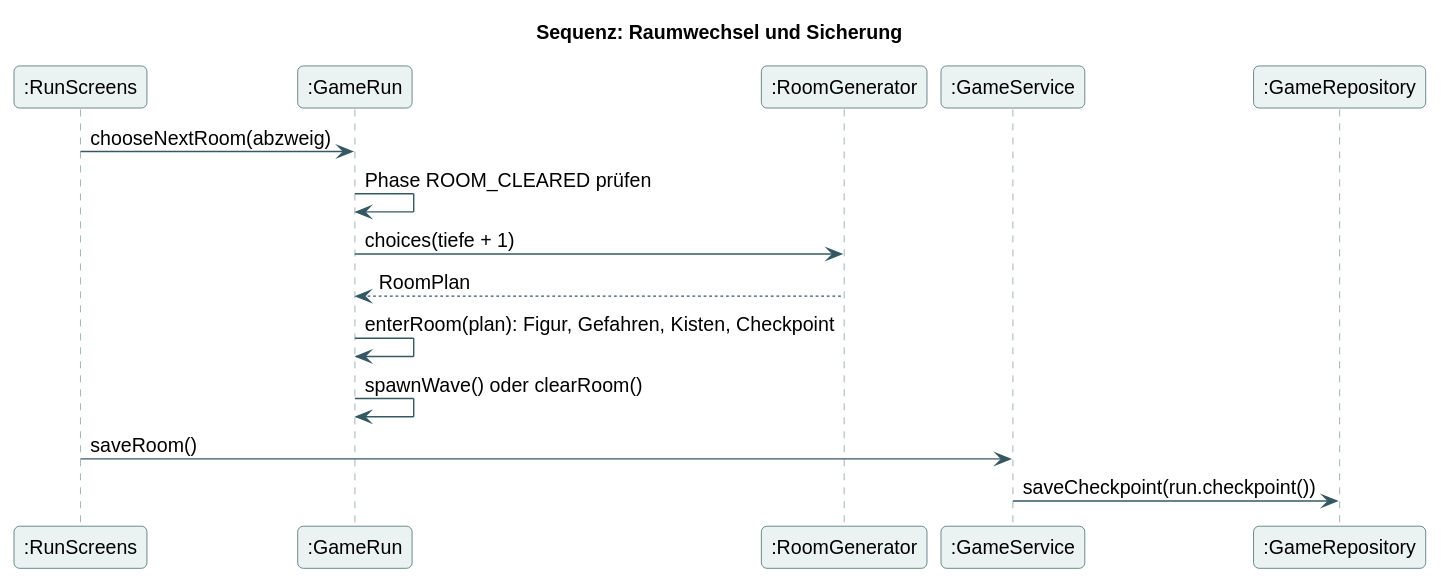
This is docs/diagrams/09-room-sequence.svg from bassdav2/abyss, a PlantUML export, as it was before one commit. The source it was exported from:
```plantuml
@startuml
skinparam backgroundColor #FFFFFF
skinparam defaultFontName Arial
skinparam defaultFontSize 14
skinparam shadowing false
skinparam roundcorner 8
skinparam ArrowColor #355863
skinparam classBackgroundColor #EAF3F2
skinparam classBorderColor #355863
skinparam participantBackgroundColor #EAF3F2
skinparam participantBorderColor #355863
skinparam sequenceLifeLineBorderColor #7A979C
skinparam noteBackgroundColor #FFF2DA
skinparam noteBorderColor #D8AA64
skinparam packageBackgroundColor #F5F8F7
skinparam packageBorderColor #6E8B91
skinparam stateBackgroundColor #EAF3F2
skinparam stateBorderColor #355863
hide empty members
title Sequenz: Raumwechsel und Sicherung
participant ":RunScreens" as U
participant ":GameRun" as R
participant ":RoomGenerator" as G
participant ":GameService" as S
participant ":GameRepository" as Repo
U -> R : chooseNextRoom(abzweig)
R -> R : Phase ROOM_CLEARED prüfen
R -> G : choices(tiefe + 1)
G --> R : RoomPlan
R -> R : enterRoom(plan): Figur, Gefahren, Kisten, Checkpoint
R -> R : spawnWave() oder clearRoom()
U -> S : saveRoom()
S -> Repo : saveCheckpoint(run.checkpoint())
@enduml
```
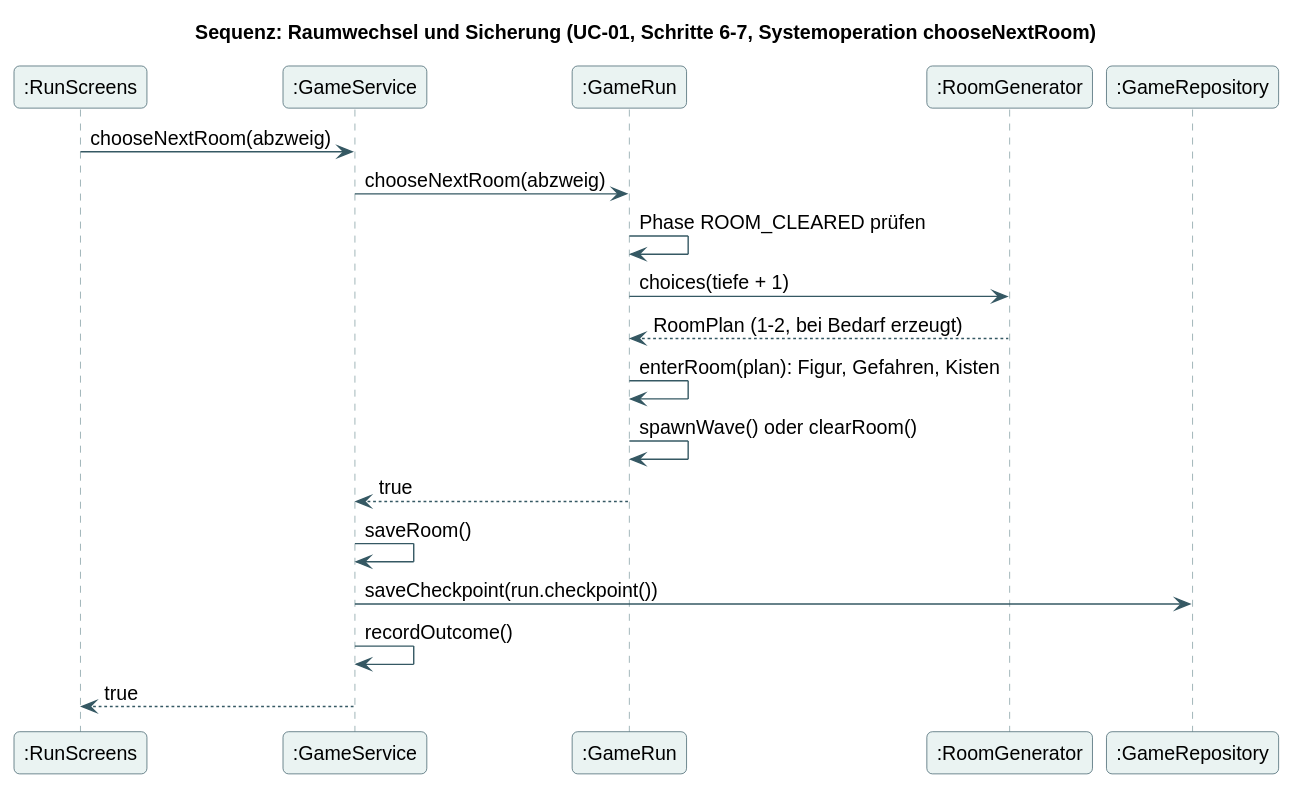
Later version of the same file.

What changed in the source:
```diff
@@ -17,18 +17,22 @@
 skinparam stateBackgroundColor #EAF3F2
 skinparam stateBorderColor #355863
 hide empty members
-title Sequenz: Raumwechsel und Sicherung
+title Sequenz: Raumwechsel und Sicherung (UC-01, Schritte 6-7, Systemoperation chooseNextRoom)
 participant ":RunScreens" as U
+participant ":GameService" as S
 participant ":GameRun" as R
 participant ":RoomGenerator" as G
-participant ":GameService" as S
 participant ":GameRepository" as Repo
-U -> R : chooseNextRoom(abzweig)
+U -> S : chooseNextRoom(abzweig)
+S -> R : chooseNextRoom(abzweig)
 R -> R : Phase ROOM_CLEARED prüfen
 R -> G : choices(tiefe + 1)
-G --> R : RoomPlan
-R -> R : enterRoom(plan): Figur, Gefahren, Kisten, Checkpoint
+G --> R : RoomPlan (1-2, bei Bedarf erzeugt)
+R -> R : enterRoom(plan): Figur, Gefahren, Kisten
 R -> R : spawnWave() oder clearRoom()
-U -> S : saveRoom()
+R --> S : true
+S -> S : saveRoom()
 S -> Repo : saveCheckpoint(run.checkpoint())
+S -> S : recordOutcome()
+S --> U : true
 @enduml
```
